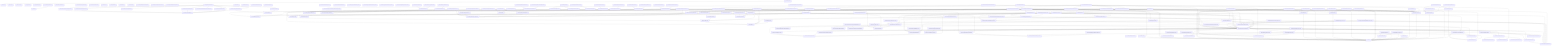
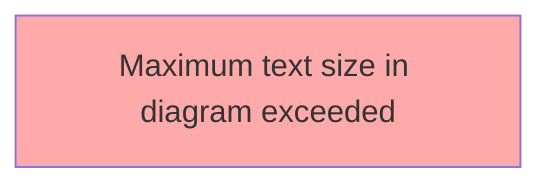
graph TD
  package__ankhorage_studio["@ankhorage/studio"]
  entrypoint_src_index_ts["src/index.ts"]
  package__ankhorage_studio --> entrypoint_src_index_ts
  module_knip_config_ts["knip.config.ts"]
  package__ankhorage_studio -.-> module_knip_config_ts
  module_paradox_config_ts["paradox.config.ts"]
  package__ankhorage_studio -.-> module_paradox_config_ts
  module_src_ankhAdmin_public_test_ts["src/ankhAdmin.public.test.ts"]
  package__ankhorage_studio -.-> module_src_ankhAdmin_public_test_ts
  module_src_ankhAdmin_public_test_ts --> module_src_root_ts
  module_src_app_index_ts["src/app/index.ts"]
  package__ankhorage_studio -.-> module_src_app_index_ts
  module_src_app_StudioApp_tsx["src/app/StudioApp.tsx"]
  package__ankhorage_studio -.-> module_src_app_StudioApp_tsx
  module_src_app_StudioDashboard_tsx["src/app/StudioDashboard.tsx"]
  package__ankhorage_studio -.-> module_src_app_StudioDashboard_tsx
  module_src_app_StudioDashboard_tsx --> module_src_hooks_useProjects_ts
  module_src_app_StudioDashboard_tsx --> module_src_hooks_useTemplateSummaries_ts
  module_src_app_StudioDashboard_tsx --> module_src_modules_dashboard_platform_ts
  module_src_app_StudioDashboard_tsx --> module_src_modules_dashboard_search_ts
  module_src_app_StudioDashboard_tsx --> module_src_modules_dashboard_templates_ts
  module_src_app_StudioDashboard_tsx --> module_src_modules_dashboard_types_ts
  module_src_app_StudioDashboard_tsx --> module_src_modules_dashboard_ui_DashboardSectionHeader_tsx
  module_src_app_StudioDashboard_tsx --> module_src_modules_dashboard_ui_ProjectCard_tsx
  module_src_app_StudioDashboard_tsx --> module_src_modules_dashboard_ui_TemplateCard_tsx
  module_src_authFlowContract_test_ts["src/authFlowContract.test.ts"]
  package__ankhorage_studio -.-> module_src_authFlowContract_test_ts
  module_src_authSettings_test_ts["src/authSettings.test.ts"]
  package__ankhorage_studio -.-> module_src_authSettings_test_ts
  module_src_authSettings_test_ts --> module_src_authSettings_ts
  module_src_authSettings_ts["src/authSettings.ts"]
  package__ankhorage_studio -.-> module_src_authSettings_ts
  module_src_canvasDragModel_public_test_ts["src/canvasDragModel.public.test.ts"]
  package__ankhorage_studio -.-> module_src_canvasDragModel_public_test_ts
  module_src_canvasDragModel_public_test_ts --> module_src_canvasDragModel_ts
  module_src_canvasDragModel_public_test_ts --> module_src_canvasDropZones_ts
  module_src_canvasDragModel_test_ts["src/canvasDragModel.test.ts"]
  package__ankhorage_studio -.-> module_src_canvasDragModel_test_ts
  module_src_canvasDragModel_test_ts --> module_src_canvasDragModel_ts
  module_src_canvasDragModel_test_ts --> module_src_canvasDropZones_ts
  module_src_canvasDragModel_ts["src/canvasDragModel.ts"]
  package__ankhorage_studio -.-> module_src_canvasDragModel_ts
  module_src_canvasDragModel_ts --> module_src_canvasDropZones_ts
  module_src_canvasDragModel_ts --> module_src_index_ts
  module_src_canvasDropZones_test_ts["src/canvasDropZones.test.ts"]
  package__ankhorage_studio -.-> module_src_canvasDropZones_test_ts
  module_src_canvasDropZones_test_ts --> module_src_canvasDropZones_ts
  module_src_canvasDropZones_test_ts --> module_src_index_ts
  module_src_canvasDropZones_ts["src/canvasDropZones.ts"]
  package__ankhorage_studio -.-> module_src_canvasDropZones_ts
  module_src_canvasDropZones_ts --> module_src_index_ts
  module_src_cli_index_ts["src/cli/index.ts"]
  package__ankhorage_studio -.-> module_src_cli_index_ts
  module_src_cli_index_ts --> module_src_host_createStudioHost_ts
  module_src_cli_index_ts --> module_src_host_http_server_ts
  module_src_cli_index_ts --> module_src_host_templateRegistry_index_ts
  module_src_cli_index_ts --> module_src_host_utils_workspaceRoot_ts
  module_src_core_constants_ts["src/core/constants.ts"]
  package__ankhorage_studio -.-> module_src_core_constants_ts
  module_src_core_StudioContext_ts["src/core/StudioContext.ts"]
  package__ankhorage_studio -.-> module_src_core_StudioContext_ts
  module_src_core_StudioContext_ts --> module_src_index_ts
  module_src_core_studioPackageBoundary_ts["src/core/studioPackageBoundary.ts"]
  package__ankhorage_studio -.-> module_src_core_studioPackageBoundary_ts
  module_src_core_StudioProvider_test_ts["src/core/StudioProvider.test.ts"]
  package__ankhorage_studio -.-> module_src_core_StudioProvider_test_ts
  module_src_core_StudioProvider_ts["src/core/StudioProvider.ts"]
  package__ankhorage_studio -.-> module_src_core_StudioProvider_ts
+   module_src_core_StudioProvider_ts --> module_src_authSettings_ts
  module_src_core_StudioProvider_ts --> module_src_core_constants_ts
  module_src_core_StudioProvider_ts --> module_src_core_StudioContext_ts
  module_src_core_StudioProvider_ts --> module_src_index_ts
  module_src_core_StudioProvider_ts --> module_src_manifestState_ts
  module_src_core_StudioProvider_ts --> module_src_manifestSync_ts
  module_src_dnd_index_ts["src/dnd/index.ts"]
  package__ankhorage_studio -.-> module_src_dnd_index_ts
  module_src_dnd_primitives_ts["src/dnd/primitives.ts"]
  package__ankhorage_studio -.-> module_src_dnd_primitives_ts
  module_src_dnd_state_ts["src/dnd/state.ts"]
  package__ankhorage_studio -.-> module_src_dnd_state_ts
  module_src_hooks_useProjects_ts["src/hooks/useProjects.ts"]
  package__ankhorage_studio -.-> module_src_hooks_useProjects_ts
  module_src_hooks_useProjects_ts --> module_src_core_constants_ts
  module_src_hooks_useTemplateSummaries_ts["src/hooks/useTemplateSummaries.ts"]
  package__ankhorage_studio -.-> module_src_hooks_useTemplateSummaries_ts
  module_src_hooks_useTemplateSummaries_ts --> module_src_core_constants_ts
  module_src_hooks_useTemplateSummaries_ts --> module_src_modules_dashboard_types_ts
  module_src_host_auth_projectAuthHealthService_ts["src/host/auth/projectAuthHealthService.ts"]
  package__ankhorage_studio -.-> module_src_host_auth_projectAuthHealthService_ts
  module_src_host_auth_projectAuthHealthService_ts --> module_src_host_orchestrator_projectManager_ts
  module_src_host_auth_projectAuthHealthService_ts --> module_src_host_secrets_projectSecretService_ts
  module_src_host_auth_projectAuthHealthService_ts --> module_src_projectAuthHealth_ts
  module_src_host_auth_projectAuthService_test_ts["src/host/auth/projectAuthService.test.ts"]
  package__ankhorage_studio -.-> module_src_host_auth_projectAuthService_test_ts
  module_src_host_auth_projectAuthService_test_ts --> module_src_host_auth_projectAuthService_ts
  module_src_host_auth_projectAuthService_ts["src/host/auth/projectAuthService.ts"]
  package__ankhorage_studio -.-> module_src_host_auth_projectAuthService_ts
  module_src_host_auth_projectAuthService_ts --> module_src_authSettings_ts
  module_src_host_auth_projectAuthService_ts --> module_src_host_orchestrator_projectManager_ts
  module_src_host_createStudioHost_ts["src/host/createStudioHost.ts"]
  package__ankhorage_studio -.-> module_src_host_createStudioHost_ts
  module_src_host_createStudioHost_ts --> module_src_host_orchestrator_infraRuntime_ts
  module_src_host_createStudioHost_ts --> module_src_host_orchestrator_moduleManager_ts
  module_src_host_createStudioHost_ts --> module_src_host_orchestrator_projectManager_ts
  module_src_host_generatedAuthAdapterRuntime_smoke_test_ts["src/host/generatedAuthAdapterRuntime.smoke.test.ts"]
  package__ankhorage_studio -.-> module_src_host_generatedAuthAdapterRuntime_smoke_test_ts
  module_src_host_generatedAuthAdapterRuntime_smoke_test_ts --> module_src_host_orchestrator_moduleManager_ts
  module_src_host_generatedAuthAdapterRuntime_smoke_test_ts --> module_src_host_orchestrator_projectManager_ts
  module_src_host_generatedAuthAdapterRuntime_smoke_test_ts --> module_src_host_templateRegistry_index_ts
  module_src_host_hostLifecycle_smoke_test_ts["src/host/hostLifecycle.smoke.test.ts"]
  package__ankhorage_studio -.-> module_src_host_hostLifecycle_smoke_test_ts
  module_src_host_hostLifecycle_smoke_test_ts --> module_src_host_orchestrator_moduleManager_ts
  module_src_host_hostLifecycle_smoke_test_ts --> module_src_host_orchestrator_projectManager_ts
  module_src_host_hostLifecycle_smoke_test_ts --> module_src_host_templateRegistry_index_ts
  module_src_host_hostOwnership_test_ts["src/host/hostOwnership.test.ts"]
  package__ankhorage_studio -.-> module_src_host_hostOwnership_test_ts
  module_src_host_hostOwnership_test_ts --> module_src_host_http_security_ts
  module_src_host_hostOwnership_test_ts --> module_src_host_orchestrator_projectPaths_ts
  module_src_host_hostOwnership_test_ts --> module_src_host_utils_workspaceRoot_ts
  module_src_host_http_authRoutes_ts["src/host/http/authRoutes.ts"]
  package__ankhorage_studio -.-> module_src_host_http_authRoutes_ts
  module_src_host_http_authRoutes_ts --> module_src_host_auth_projectAuthHealthService_ts
  module_src_host_http_authRoutes_ts --> module_src_host_auth_projectAuthService_ts
  module_src_host_http_authRoutes_ts --> module_src_host_orchestrator_projectManager_ts
  module_src_host_http_authRoutes_ts --> module_src_host_secrets_projectSecretService_ts
  module_src_host_http_secretRoutes_ts["src/host/http/secretRoutes.ts"]
  package__ankhorage_studio -.-> module_src_host_http_secretRoutes_ts
  module_src_host_http_secretRoutes_ts --> module_src_host_orchestrator_projectManager_ts
  module_src_host_http_secretRoutes_ts --> module_src_host_secrets_projectSecretService_ts
  module_src_host_http_security_ts["src/host/http/security.ts"]
  package__ankhorage_studio -.-> module_src_host_http_security_ts
  module_src_host_http_server_ts["src/host/http/server.ts"]
  package__ankhorage_studio -.-> module_src_host_http_server_ts
  module_src_host_http_server_ts --> module_src_host_http_security_ts
  module_src_host_http_server_ts --> module_src_host_orchestrator_infraRuntime_ts
  module_src_host_http_server_ts --> module_src_host_orchestrator_moduleManager_ts
  module_src_host_http_server_ts --> module_src_host_orchestrator_projectManager_ts
  module_src_host_http_server_ts --> module_src_host_orchestrator_resolveMutations_ts
  module_src_host_http_server_ts --> module_src_host_orchestrator_studioInfraUp_ts
  module_src_host_http_server_ts --> module_src_host_templateRegistry_index_ts
  module_src_host_http_server_ts --> module_src_host_utils_trimOutput_ts
  module_src_host_http_server_ts --> module_src_host_utils_workspaceRoot_ts
  module_src_host_http_serverWithSecrets_ts["src/host/http/serverWithSecrets.ts"]
  package__ankhorage_studio -.-> module_src_host_http_serverWithSecrets_ts
  module_src_host_http_serverWithSecrets_ts --> module_src_host_http_authRoutes_ts
  module_src_host_http_serverWithSecrets_ts --> module_src_host_http_secretRoutes_ts
  module_src_host_http_serverWithSecrets_ts --> module_src_host_http_server_ts
  module_src_host_http_serverWithSecrets_ts --> module_src_host_orchestrator_moduleManager_ts
  module_src_host_http_serverWithSecrets_ts --> module_src_host_orchestrator_projectManager_ts
  module_src_host_http_serverWithSecrets_ts --> module_src_host_utils_workspaceRoot_ts
  module_src_host_http_standalone_ts["src/host/http/standalone.ts"]
  package__ankhorage_studio -.-> module_src_host_http_standalone_ts
  module_src_host_http_standalone_ts --> module_src_host_http_serverWithSecrets_ts
  module_src_host_index_ts["src/host/index.ts"]
  package__ankhorage_studio -.-> module_src_host_index_ts
  module_src_host_layout_auth_resolveAuthLayoutPlan_test_ts["src/host/layout/auth/resolveAuthLayoutPlan.test.ts"]
  package__ankhorage_studio -.-> module_src_host_layout_auth_resolveAuthLayoutPlan_test_ts
  module_src_host_layout_auth_resolveAuthLayoutPlan_test_ts --> module_src_host_layout_auth_resolveAuthLayoutPlan_ts
  module_src_host_layout_auth_resolveAuthLayoutPlan_ts["src/host/layout/auth/resolveAuthLayoutPlan.ts"]
  package__ankhorage_studio -.-> module_src_host_layout_auth_resolveAuthLayoutPlan_ts
  module_src_host_layout_layoutGenerator_test_ts["src/host/layout/layoutGenerator.test.ts"]
  package__ankhorage_studio -.-> module_src_host_layout_layoutGenerator_test_ts
  module_src_host_layout_layoutGenerator_test_ts --> module_src_host_layout_layoutGenerator_ts
  module_src_host_layout_layoutGenerator_ts["src/host/layout/layoutGenerator.ts"]
  package__ankhorage_studio -.-> module_src_host_layout_layoutGenerator_ts
  module_src_host_layout_layoutGenerator_ts --> module_src_host_layout_auth_resolveAuthLayoutPlan_ts
  module_src_host_layout_layoutGenerator_ts --> module_src_host_layout_templates_index_ts
  module_src_host_layout_layoutGenerator_ts --> module_src_host_modules_layout_ts
  module_src_host_layout_layoutGenerator_ts --> module_src_index_ts
  module_src_host_layout_layoutGenerator_ts --> module_src_studioAdminRouteModel_ts
  module_src_host_layout_templates_auth_adapter_ts["src/host/layout/templates/auth/adapter.ts"]
  package__ankhorage_studio -.-> module_src_host_layout_templates_auth_adapter_ts
  module_src_host_layout_templates_auth_callback_ts["src/host/layout/templates/auth/callback.ts"]
  package__ankhorage_studio -.-> module_src_host_layout_templates_auth_callback_ts
  module_src_host_layout_templates_auth_callback_ts --> module_src_host_layout_templates_utils_routes_ts
  module_src_host_layout_templates_auth_callback_ts --> module_src_host_layout_utils_escapeStringLiteral_ts
  module_src_host_layout_templates_auth_oauth_ts["src/host/layout/templates/auth/oauth.ts"]
  package__ankhorage_studio -.-> module_src_host_layout_templates_auth_oauth_ts
  module_src_host_layout_templates_auth_oauth_ts --> module_src_host_layout_auth_resolveAuthLayoutPlan_ts
  module_src_host_layout_templates_auth_oauth_ts --> module_src_host_layout_utils_escapeStringLiteral_ts
  module_src_host_layout_templates_auth_screen_ts["src/host/layout/templates/auth/screen.ts"]
  package__ankhorage_studio -.-> module_src_host_layout_templates_auth_screen_ts
  module_src_host_layout_templates_auth_screen_ts --> module_src_host_layout_auth_resolveAuthLayoutPlan_ts
  module_src_host_layout_templates_auth_screen_ts --> module_src_host_layout_templates_utils_routes_ts
  module_src_host_layout_templates_auth_screen_ts --> module_src_host_layout_templates_utils_strings_ts
  module_src_host_layout_templates_auth_screen_ts --> module_src_host_layout_utils_escapeStringLiteral_ts
  module_src_host_layout_templates_auth_session_ts["src/host/layout/templates/auth/session.ts"]
  package__ankhorage_studio -.-> module_src_host_layout_templates_auth_session_ts
  module_src_host_layout_templates_auth_signOut_ts["src/host/layout/templates/auth/signOut.ts"]
  package__ankhorage_studio -.-> module_src_host_layout_templates_auth_signOut_ts
  module_src_host_layout_templates_index_ts["src/host/layout/templates/index.ts"]
  package__ankhorage_studio -.-> module_src_host_layout_templates_index_ts
  module_src_host_layout_templates_navigation_ts["src/host/layout/templates/navigation.ts"]
  package__ankhorage_studio -.-> module_src_host_layout_templates_navigation_ts
  module_src_host_layout_templates_navigation_ts --> module_src_host_layout_utils_escapeStringLiteral_ts
  module_src_host_layout_templates_nestedLayout_ts["src/host/layout/templates/nestedLayout.ts"]
  package__ankhorage_studio -.-> module_src_host_layout_templates_nestedLayout_ts
  module_src_host_layout_templates_nestedLayout_ts --> module_src_host_layout_templates_navigation_ts
  module_src_host_layout_templates_nestedLayout_ts --> module_src_host_layout_templates_utils_strings_ts
  module_src_host_layout_templates_redirect_ts["src/host/layout/templates/redirect.ts"]
  package__ankhorage_studio -.-> module_src_host_layout_templates_redirect_ts
  module_src_host_layout_templates_redirect_ts --> module_src_host_layout_utils_escapeStringLiteral_ts
  module_src_host_layout_templates_rootLayout_test_ts["src/host/layout/templates/rootLayout.test.ts"]
  package__ankhorage_studio -.-> module_src_host_layout_templates_rootLayout_test_ts
  module_src_host_layout_templates_rootLayout_test_ts --> module_src_host_layout_templates_rootLayout_ts
  module_src_host_layout_templates_rootLayout_ts["src/host/layout/templates/rootLayout.ts"]
  package__ankhorage_studio -.-> module_src_host_layout_templates_rootLayout_ts
  module_src_host_layout_templates_rootLayout_ts --> module_src_host_layout_templates_navigation_ts
  module_src_host_layout_templates_rootLayout_ts --> module_src_host_layout_templates_utils_routes_ts
  module_src_host_layout_templates_rootLayout_ts --> module_src_host_layout_utils_escapeStringLiteral_ts
  module_src_host_layout_templates_rootLayout_ts --> module_src_host_modules_layout_ts
  module_src_host_layout_templates_screen_ts["src/host/layout/templates/screen.ts"]
  package__ankhorage_studio -.-> module_src_host_layout_templates_screen_ts
  module_src_host_layout_templates_screen_ts --> module_src_host_layout_templates_utils_strings_ts
  module_src_host_layout_templates_screen_ts --> module_src_host_layout_utils_escapeStringLiteral_ts
  module_src_host_layout_templates_utils_routes_ts["src/host/layout/templates/utils/routes.ts"]
  package__ankhorage_studio -.-> module_src_host_layout_templates_utils_routes_ts
  module_src_host_layout_templates_utils_strings_ts["src/host/layout/templates/utils/strings.ts"]
  package__ankhorage_studio -.-> module_src_host_layout_templates_utils_strings_ts
  module_src_host_layout_utils_escapeStringLiteral_ts["src/host/layout/utils/escapeStringLiteral.ts"]
  package__ankhorage_studio -.-> module_src_host_layout_utils_escapeStringLiteral_ts
  module_src_host_manifestSystem_auth_index_ts["src/host/manifestSystem/auth/index.ts"]
  package__ankhorage_studio -.-> module_src_host_manifestSystem_auth_index_ts
  module_src_host_manifestSystem_auth_shared_global_auth_system_tpl_ts["src/host/manifestSystem/auth/shared/global.auth.system.tpl.ts"]
  package__ankhorage_studio -.-> module_src_host_manifestSystem_auth_shared_global_auth_system_tpl_ts
  module_src_host_manifestSystem_auth_shared_index_ts["src/host/manifestSystem/auth/shared/index.ts"]
  package__ankhorage_studio -.-> module_src_host_manifestSystem_auth_shared_index_ts
  module_src_host_manifestSystem_auth_shared_index_ts --> module_src_host_manifestSystem_auth_shared_global_auth_system_tpl_ts
  module_src_host_manifestSystem_auth_shared_index_ts --> module_src_host_manifestSystem_types_ts
  module_src_host_manifestSystem_index_ts["src/host/manifestSystem/index.ts"]
  package__ankhorage_studio -.-> module_src_host_manifestSystem_index_ts
  module_src_host_manifestSystem_index_ts --> module_src_host_manifestSystem_auth_index_ts
  module_src_host_manifestSystem_index_ts --> module_src_host_manifestSystem_types_ts
  module_src_host_manifestSystem_index_ts --> module_src_host_utils_requirementsInference_ts
  module_src_host_manifestSystem_types_ts["src/host/manifestSystem/types.ts"]
  package__ankhorage_studio -.-> module_src_host_manifestSystem_types_ts
  module_src_host_modules_catalog_ts["src/host/modules/catalog.ts"]
  package__ankhorage_studio -.-> module_src_host_modules_catalog_ts
  module_src_host_modules_catalog_ts --> module_src_host_modules_layout_ts
  module_src_host_modules_layout_ts["src/host/modules/layout.ts"]
  package__ankhorage_studio -.-> module_src_host_modules_layout_ts
  module_src_host_modules_runtime_LocalFsTargetAdapter_ts["src/host/modules/runtime/LocalFsTargetAdapter.ts"]
  package__ankhorage_studio -.-> module_src_host_modules_runtime_LocalFsTargetAdapter_ts
  module_src_host_oauthFixtureConsumer_smoke_test_ts["src/host/oauthFixtureConsumer.smoke.test.ts"]
  package__ankhorage_studio -.-> module_src_host_oauthFixtureConsumer_smoke_test_ts
  module_src_host_oauthFixtureConsumer_smoke_test_ts --> module_src_host_orchestrator_moduleManager_ts
  module_src_host_oauthFixtureConsumer_smoke_test_ts --> module_src_host_orchestrator_projectManager_ts
  module_src_host_oauthFixtureConsumer_smoke_test_ts --> module_src_host_templateRegistry_index_ts
  module_src_host_orchestrator_generatedAppFiles_ts["src/host/orchestrator/generatedAppFiles.ts"]
  package__ankhorage_studio -.-> module_src_host_orchestrator_generatedAppFiles_ts
  module_src_host_orchestrator_generatedAppFiles_ts --> module_src_host_zoraExtensions_index_ts
  module_src_host_orchestrator_generatedRouteCleanup_ts["src/host/orchestrator/generatedRouteCleanup.ts"]
  package__ankhorage_studio -.-> module_src_host_orchestrator_generatedRouteCleanup_ts
  module_src_host_orchestrator_infraGenerator_ts["src/host/orchestrator/infraGenerator.ts"]
  package__ankhorage_studio -.-> module_src_host_orchestrator_infraGenerator_ts
  module_src_host_orchestrator_infraGenerator_ts --> module_src_host_orchestrator_infraValidation_ts
  module_src_host_orchestrator_infraRuntime_test_ts["src/host/orchestrator/infraRuntime.test.ts"]
  package__ankhorage_studio -.-> module_src_host_orchestrator_infraRuntime_test_ts
  module_src_host_orchestrator_infraRuntime_test_ts --> module_src_host_orchestrator_infraRuntime_ts
  module_src_host_orchestrator_infraRuntime_ts["src/host/orchestrator/infraRuntime.ts"]
  package__ankhorage_studio -.-> module_src_host_orchestrator_infraRuntime_ts
  module_src_host_orchestrator_infraRuntime_ts --> module_src_host_orchestrator_projectPaths_ts
  module_src_host_orchestrator_infraValidation_ts["src/host/orchestrator/infraValidation.ts"]
  package__ankhorage_studio -.-> module_src_host_orchestrator_infraValidation_ts
  module_src_host_orchestrator_moduleManager_ts["src/host/orchestrator/moduleManager.ts"]
  package__ankhorage_studio -.-> module_src_host_orchestrator_moduleManager_ts
  module_src_host_orchestrator_moduleManager_ts --> module_src_host_modules_catalog_ts
  module_src_host_orchestrator_moduleManager_ts --> module_src_host_modules_runtime_LocalFsTargetAdapter_ts
  module_src_host_orchestrator_moduleManager_ts --> module_src_host_orchestrator_projectManager_ts
  module_src_host_orchestrator_moduleManager_ts --> module_src_host_orchestrator_resolveMutations_ts
  module_src_host_orchestrator_projectDeletion_test_ts["src/host/orchestrator/projectDeletion.test.ts"]
  package__ankhorage_studio -.-> module_src_host_orchestrator_projectDeletion_test_ts
  module_src_host_orchestrator_projectDeletion_test_ts --> module_src_host_orchestrator_projectDeletion_ts
  module_src_host_orchestrator_projectDeletion_ts["src/host/orchestrator/projectDeletion.ts"]
  package__ankhorage_studio -.-> module_src_host_orchestrator_projectDeletion_ts
  module_src_host_orchestrator_projectManager_ts["src/host/orchestrator/projectManager.ts"]
  package__ankhorage_studio -.-> module_src_host_orchestrator_projectManager_ts
  module_src_host_orchestrator_projectManager_ts --> module_src_host_layout_layoutGenerator_ts
  module_src_host_orchestrator_projectManager_ts --> module_src_host_manifestSystem_index_ts
  module_src_host_orchestrator_projectManager_ts --> module_src_host_modules_layout_ts
  module_src_host_orchestrator_projectManager_ts --> module_src_host_orchestrator_generatedRouteCleanup_ts
  module_src_host_orchestrator_projectManager_ts --> module_src_host_orchestrator_infraGenerator_ts
  module_src_host_orchestrator_projectManager_ts --> module_src_host_orchestrator_infraRuntime_ts
  module_src_host_orchestrator_projectManager_ts --> module_src_host_orchestrator_projectDeletion_ts
  module_src_host_orchestrator_projectManager_ts --> module_src_host_orchestrator_projectPaths_ts
  module_src_host_orchestrator_projectManager_ts --> module_src_host_orchestrator_projectStore_ts
  module_src_host_orchestrator_projectManager_ts --> module_src_host_orchestrator_resolveMutations_ts
  module_src_host_orchestrator_projectManager_ts --> module_src_host_orchestrator_scaffolder_ts
  module_src_host_orchestrator_projectManager_ts --> module_src_host_orchestrator_templates_ts
  module_src_host_orchestrator_projectManager_ts --> module_src_host_orchestrator_workspaceRuntime_ts
  module_src_host_orchestrator_projectManager_ts --> module_src_host_templateRegistry_index_ts
  module_src_host_orchestrator_projectManager_ts --> module_src_host_zoraExtensions_index_ts
  module_src_host_orchestrator_projectManagerDeletion_test_ts["src/host/orchestrator/projectManagerDeletion.test.ts"]
  package__ankhorage_studio -.-> module_src_host_orchestrator_projectManagerDeletion_test_ts
  module_src_host_orchestrator_projectManagerDeletion_test_ts --> module_src_host_orchestrator_projectManager_ts
  module_src_host_orchestrator_projectPaths_ts["src/host/orchestrator/projectPaths.ts"]
  package__ankhorage_studio -.-> module_src_host_orchestrator_projectPaths_ts
  module_src_host_orchestrator_projectStore_ts["src/host/orchestrator/projectStore.ts"]
  package__ankhorage_studio -.-> module_src_host_orchestrator_projectStore_ts
  module_src_host_orchestrator_projectStore_ts --> module_src_host_orchestrator_projectPaths_ts
  module_src_host_orchestrator_resolveMutations_ts["src/host/orchestrator/resolveMutations.ts"]
  package__ankhorage_studio -.-> module_src_host_orchestrator_resolveMutations_ts
  module_src_host_orchestrator_resolveMutations_ts --> module_src_host_modules_catalog_ts
  module_src_host_orchestrator_resolveMutations_ts --> module_src_host_modules_layout_ts
  module_src_host_orchestrator_scaffolder_ts["src/host/orchestrator/scaffolder.ts"]
  package__ankhorage_studio -.-> module_src_host_orchestrator_scaffolder_ts
  module_src_host_orchestrator_scaffolder_ts --> module_src_host_manifestSystem_index_ts
  module_src_host_orchestrator_scaffolder_ts --> module_src_host_orchestrator_generatedAppFiles_ts
  module_src_host_orchestrator_scaffolder_ts --> module_src_host_orchestrator_templates_ts
  module_src_host_orchestrator_scaffolder_ts --> module_src_host_templateRegistry_index_ts
  module_src_host_orchestrator_scaffolder_ts --> module_src_host_zoraExtensions_index_ts
  module_src_host_orchestrator_studioInfraUp_ts["src/host/orchestrator/studioInfraUp.ts"]
  package__ankhorage_studio -.-> module_src_host_orchestrator_studioInfraUp_ts
  module_src_host_orchestrator_studioInfraUp_ts --> module_src_host_orchestrator_infraRuntime_ts
  module_src_host_orchestrator_studioInfraUp_ts --> module_src_host_orchestrator_projectManager_ts
  module_src_host_orchestrator_studioInfraUp_ts --> module_src_host_secrets_trustedOAuthInfraEnvironment_ts
  module_src_host_orchestrator_templates_test_ts["src/host/orchestrator/templates.test.ts"]
  package__ankhorage_studio -.-> module_src_host_orchestrator_templates_test_ts
  module_src_host_orchestrator_templates_test_ts --> module_src_host_orchestrator_templates_ts
  module_src_host_orchestrator_templates_ts["src/host/orchestrator/templates.ts"]
  package__ankhorage_studio -.-> module_src_host_orchestrator_templates_ts
  module_src_host_orchestrator_workspaceRuntime_ts["src/host/orchestrator/workspaceRuntime.ts"]
  package__ankhorage_studio -.-> module_src_host_orchestrator_workspaceRuntime_ts
  module_src_host_secrets_bunSupabaseVaultClient_ts["src/host/secrets/bunSupabaseVaultClient.ts"]
  package__ankhorage_studio -.-> module_src_host_secrets_bunSupabaseVaultClient_ts
  module_src_host_secrets_projectSecretService_test_ts["src/host/secrets/projectSecretService.test.ts"]
  package__ankhorage_studio -.-> module_src_host_secrets_projectSecretService_test_ts
+   module_src_host_secrets_projectSecretService_test_ts --> module_src_authSettings_ts
  module_src_host_secrets_projectSecretService_test_ts --> module_src_host_secrets_projectSecretService_ts
  module_src_host_secrets_projectSecretService_ts["src/host/secrets/projectSecretService.ts"]
  package__ankhorage_studio -.-> module_src_host_secrets_projectSecretService_ts
  module_src_host_secrets_projectSecretService_ts --> module_src_host_orchestrator_projectManager_ts
  module_src_host_secrets_projectSecretService_ts --> module_src_host_orchestrator_projectPaths_ts
  module_src_host_secrets_projectSecretService_ts --> module_src_host_secrets_bunSupabaseVaultClient_ts
  module_src_host_secrets_projectSecretService_ts --> module_src_host_secrets_resolveProjectSecretDatabaseUrl_ts
  module_src_host_secrets_projectSecretService_ts --> module_src_projectSecretUsage_ts
  module_src_host_secrets_resolveProjectSecretDatabaseUrl_test_ts["src/host/secrets/resolveProjectSecretDatabaseUrl.test.ts"]
  package__ankhorage_studio -.-> module_src_host_secrets_resolveProjectSecretDatabaseUrl_test_ts
  module_src_host_secrets_resolveProjectSecretDatabaseUrl_test_ts --> module_src_host_secrets_resolveProjectSecretDatabaseUrl_ts
  module_src_host_secrets_resolveProjectSecretDatabaseUrl_ts["src/host/secrets/resolveProjectSecretDatabaseUrl.ts"]
  package__ankhorage_studio -.-> module_src_host_secrets_resolveProjectSecretDatabaseUrl_ts
  module_src_host_secrets_trustedOAuthInfraEnvironment_test_ts["src/host/secrets/trustedOAuthInfraEnvironment.test.ts"]
  package__ankhorage_studio -.-> module_src_host_secrets_trustedOAuthInfraEnvironment_test_ts
  module_src_host_secrets_trustedOAuthInfraEnvironment_test_ts --> module_src_host_secrets_trustedOAuthInfraEnvironment_ts
  module_src_host_secrets_trustedOAuthInfraEnvironment_ts["src/host/secrets/trustedOAuthInfraEnvironment.ts"]
  package__ankhorage_studio -.-> module_src_host_secrets_trustedOAuthInfraEnvironment_ts
  module_src_host_secrets_trustedOAuthInfraEnvironment_ts --> module_src_host_orchestrator_projectManager_ts
  module_src_host_secrets_trustedOAuthInfraEnvironment_ts --> module_src_host_secrets_projectSecretService_ts
  module_src_host_studioInfra_e2e_test_ts["src/host/studioInfra.e2e.test.ts"]
  package__ankhorage_studio -.-> module_src_host_studioInfra_e2e_test_ts
  module_src_host_studioInfra_e2e_test_ts --> module_src_host_orchestrator_infraRuntime_ts
  module_src_host_studioInfra_e2e_test_ts --> module_src_host_orchestrator_projectManager_ts
  module_src_host_studioInfra_e2e_test_ts --> module_src_host_orchestrator_studioInfraUp_ts
  module_src_host_studioInfra_e2e_test_ts --> module_src_host_secrets_trustedOAuthInfraEnvironment_ts
  module_src_host_templateRegistry_index_ts["src/host/templateRegistry/index.ts"]
  package__ankhorage_studio -.-> module_src_host_templateRegistry_index_ts
  module_src_host_utils_requirementsInference_ts["src/host/utils/requirementsInference.ts"]
  package__ankhorage_studio -.-> module_src_host_utils_requirementsInference_ts
  module_src_host_utils_trimOutput_ts["src/host/utils/trimOutput.ts"]
  package__ankhorage_studio -.-> module_src_host_utils_trimOutput_ts
  module_src_host_utils_workspaceRoot_ts["src/host/utils/workspaceRoot.ts"]
  package__ankhorage_studio -.-> module_src_host_utils_workspaceRoot_ts
  module_src_host_zoraExtensions_index_ts["src/host/zoraExtensions/index.ts"]
  package__ankhorage_studio -.-> module_src_host_zoraExtensions_index_ts
  module_src_host_zoraExtensions_index_ts --> module_src_host_templateRegistry_index_ts
  module_src_index_test_ts["src/index.test.ts"]
  package__ankhorage_studio -.-> module_src_index_test_ts
  module_src_index_test_ts --> module_src_index_ts
  module_src_index_ts["src/index.ts"]
+   module_src_index_ts --> module_src_authSettings_ts
  module_src_insertModalModel_public_test_ts["src/insertModalModel.public.test.ts"]
  package__ankhorage_studio -.-> module_src_insertModalModel_public_test_ts
  module_src_insertModalModel_public_test_ts --> module_src_index_ts
  module_src_insertModalModel_public_test_ts --> module_src_insertModalModel_ts
  module_src_insertModalModel_test_ts["src/insertModalModel.test.ts"]
  package__ankhorage_studio -.-> module_src_insertModalModel_test_ts
  module_src_insertModalModel_test_ts --> module_src_index_ts
  module_src_insertModalModel_test_ts --> module_src_insertModalModel_ts
  module_src_insertModalModel_ts["src/insertModalModel.ts"]
  package__ankhorage_studio -.-> module_src_insertModalModel_ts
  module_src_insertModalModel_ts --> module_src_index_ts
  module_src_localizationConfig_public_test_ts["src/localizationConfig.public.test.ts"]
  package__ankhorage_studio -.-> module_src_localizationConfig_public_test_ts
  module_src_localizationConfig_public_test_ts --> module_src_localizationConfig_ts
  module_src_localizationConfig_test_ts["src/localizationConfig.test.ts"]
  package__ankhorage_studio -.-> module_src_localizationConfig_test_ts
  module_src_localizationConfig_test_ts --> module_src_localizationConfig_ts
  module_src_localizationConfig_ts["src/localizationConfig.ts"]
  package__ankhorage_studio -.-> module_src_localizationConfig_ts
  module_src_localizationPanelModel_test_ts["src/localizationPanelModel.test.ts"]
  package__ankhorage_studio -.-> module_src_localizationPanelModel_test_ts
  module_src_localizationPanelModel_test_ts --> module_src_localizationPanelModel_ts
  module_src_localizationPanelModel_ts["src/localizationPanelModel.ts"]
  package__ankhorage_studio -.-> module_src_localizationPanelModel_ts
  module_src_manifestNavigatorPreviewModel_public_test_ts["src/manifestNavigatorPreviewModel.public.test.ts"]
  package__ankhorage_studio -.-> module_src_manifestNavigatorPreviewModel_public_test_ts
  module_src_manifestNavigatorPreviewModel_public_test_ts --> module_src_manifestNavigatorPreviewModel_ts
  module_src_manifestNavigatorPreviewModel_test_ts["src/manifestNavigatorPreviewModel.test.ts"]
  package__ankhorage_studio -.-> module_src_manifestNavigatorPreviewModel_test_ts
  module_src_manifestNavigatorPreviewModel_test_ts --> module_src_manifestNavigatorPreviewModel_ts
  module_src_manifestNavigatorPreviewModel_ts["src/manifestNavigatorPreviewModel.ts"]
  package__ankhorage_studio -.-> module_src_manifestNavigatorPreviewModel_ts
  module_src_manifestNavigatorPreviewModel_ts --> module_src_routeUtils_ts
  module_src_manifestState_public_test_ts["src/manifestState.public.test.ts"]
  package__ankhorage_studio -.-> module_src_manifestState_public_test_ts
  module_src_manifestState_public_test_ts --> module_src_index_ts
  module_src_manifestState_public_test_ts --> module_src_manifestState_ts
  module_src_manifestState_routes_test_ts["src/manifestState.routes.test.ts"]
  package__ankhorage_studio -.-> module_src_manifestState_routes_test_ts
  module_src_manifestState_routes_test_ts --> module_src_index_ts
  module_src_manifestState_routes_test_ts --> module_src_manifestState_ts
  module_src_manifestState_test_ts["src/manifestState.test.ts"]
  package__ankhorage_studio -.-> module_src_manifestState_test_ts
  module_src_manifestState_test_ts --> module_src_index_ts
  module_src_manifestState_test_ts --> module_src_manifestState_ts
  module_src_manifestState_ts["src/manifestState.ts"]
  package__ankhorage_studio -.-> module_src_manifestState_ts
  module_src_manifestState_ts --> module_src_index_ts
  module_src_manifestSync_test_ts["src/manifestSync.test.ts"]
  package__ankhorage_studio -.-> module_src_manifestSync_test_ts
  module_src_manifestSync_test_ts --> module_src_index_ts
  module_src_manifestSync_test_ts --> module_src_manifestSync_ts
  module_src_manifestSync_ts["src/manifestSync.ts"]
  package__ankhorage_studio -.-> module_src_manifestSync_ts
  module_src_manifestSync_ts --> module_src_index_ts
  module_src_modules_dashboard_platform_ts["src/modules/dashboard/platform.ts"]
  package__ankhorage_studio -.-> module_src_modules_dashboard_platform_ts
  module_src_modules_dashboard_search_ts["src/modules/dashboard/search.ts"]
  package__ankhorage_studio -.-> module_src_modules_dashboard_search_ts
  module_src_modules_dashboard_search_ts --> module_src_modules_dashboard_types_ts
  module_src_modules_dashboard_templates_ts["src/modules/dashboard/templates.ts"]
  package__ankhorage_studio -.-> module_src_modules_dashboard_templates_ts
  module_src_modules_dashboard_templates_ts --> module_src_modules_dashboard_types_ts
  module_src_modules_dashboard_types_ts["src/modules/dashboard/types.ts"]
  package__ankhorage_studio -.-> module_src_modules_dashboard_types_ts
  module_src_modules_dashboard_ui_DashboardSectionHeader_tsx["src/modules/dashboard/ui/DashboardSectionHeader.tsx"]
  package__ankhorage_studio -.-> module_src_modules_dashboard_ui_DashboardSectionHeader_tsx
  module_src_modules_dashboard_ui_ProjectCard_tsx["src/modules/dashboard/ui/ProjectCard.tsx"]
  package__ankhorage_studio -.-> module_src_modules_dashboard_ui_ProjectCard_tsx
  module_src_modules_dashboard_ui_ProjectCard_tsx --> module_src_modules_dashboard_types_ts
  module_src_modules_dashboard_ui_TemplateCard_tsx["src/modules/dashboard/ui/TemplateCard.tsx"]
  package__ankhorage_studio -.-> module_src_modules_dashboard_ui_TemplateCard_tsx
  module_src_modules_dashboard_ui_TemplateCard_tsx --> module_src_modules_dashboard_types_ts
  module_src_projectAuthApi_test_ts["src/projectAuthApi.test.ts"]
  package__ankhorage_studio -.-> module_src_projectAuthApi_test_ts
  module_src_projectAuthApi_test_ts --> module_src_authSettings_ts
  module_src_projectAuthApi_test_ts --> module_src_projectAuthApi_ts
  module_src_projectAuthApi_ts["src/projectAuthApi.ts"]
  package__ankhorage_studio -.-> module_src_projectAuthApi_ts
  module_src_projectAuthApi_ts --> module_src_authSettings_ts
  module_src_projectAuthApi_ts --> module_src_projectAuthHealth_ts
  module_src_projectAuthApi_ts --> module_src_secretResponseGuard_ts
  module_src_projectAuthHealth_test_ts["src/projectAuthHealth.test.ts"]
  package__ankhorage_studio -.-> module_src_projectAuthHealth_test_ts
  module_src_projectAuthHealth_test_ts --> module_src_projectAuthHealth_ts
  module_src_projectAuthHealth_ts["src/projectAuthHealth.ts"]
  package__ankhorage_studio -.-> module_src_projectAuthHealth_ts
  module_src_projectAuthHealth_ts --> module_src_authSettings_ts
  module_src_projectSecretApi_test_ts["src/projectSecretApi.test.ts"]
  package__ankhorage_studio -.-> module_src_projectSecretApi_test_ts
  module_src_projectSecretApi_test_ts --> module_src_projectSecretApi_ts
  module_src_projectSecretApi_ts["src/projectSecretApi.ts"]
  package__ankhorage_studio -.-> module_src_projectSecretApi_ts
  module_src_projectSecretApi_ts --> module_src_projectSecretUsage_ts
  module_src_projectSecretApi_ts --> module_src_secretResponseGuard_ts
  module_src_projectSecretUsage_test_ts["src/projectSecretUsage.test.ts"]
  package__ankhorage_studio -.-> module_src_projectSecretUsage_test_ts
  module_src_projectSecretUsage_test_ts --> module_src_projectSecretUsage_ts
  module_src_projectSecretUsage_ts["src/projectSecretUsage.ts"]
  package__ankhorage_studio -.-> module_src_projectSecretUsage_ts
  module_src_root_test_ts["src/root.test.ts"]
  package__ankhorage_studio -.-> module_src_root_test_ts
  module_src_root_ts["src/root.ts"]
  package__ankhorage_studio -.-> module_src_root_ts
  module_src_routeUtils_public_test_ts["src/routeUtils.public.test.ts"]
  package__ankhorage_studio -.-> module_src_routeUtils_public_test_ts
  module_src_routeUtils_public_test_ts --> module_src_routeUtils_ts
  module_src_routeUtils_test_ts["src/routeUtils.test.ts"]
  package__ankhorage_studio -.-> module_src_routeUtils_test_ts
  module_src_routeUtils_test_ts --> module_src_routeUtils_ts
  module_src_routeUtils_ts["src/routeUtils.ts"]
  package__ankhorage_studio -.-> module_src_routeUtils_ts
  module_src_runtime_actionSuppression_ts["src/runtime/actionSuppression.ts"]
  package__ankhorage_studio -.-> module_src_runtime_actionSuppression_ts
  module_src_runtime_appExtensionRegistry_ts["src/runtime/appExtensionRegistry.ts"]
  package__ankhorage_studio -.-> module_src_runtime_appExtensionRegistry_ts
  module_src_runtime_index_ts["src/runtime/index.ts"]
  package__ankhorage_studio -.-> module_src_runtime_index_ts
  module_src_runtime_localizationPreview_ts["src/runtime/localizationPreview.ts"]
  package__ankhorage_studio -.-> module_src_runtime_localizationPreview_ts
  module_src_runtime_overlay_test_ts["src/runtime/overlay.test.ts"]
  package__ankhorage_studio -.-> module_src_runtime_overlay_test_ts
  module_src_runtime_previewRegistry_ts["src/runtime/previewRegistry.ts"]
  package__ankhorage_studio -.-> module_src_runtime_previewRegistry_ts
  module_src_runtime_previewRuntimeConfig_ts["src/runtime/previewRuntimeConfig.ts"]
  package__ankhorage_studio -.-> module_src_runtime_previewRuntimeConfig_ts
  module_src_runtime_previewRuntimeConfig_ts --> module_src_runtime_actionSuppression_ts
  module_src_runtime_previewRuntimeConfig_ts --> module_src_runtime_previewRegistry_ts
  module_src_runtime_registry_tsx["src/runtime/registry.tsx"]
  package__ankhorage_studio -.-> module_src_runtime_registry_tsx
  module_src_runtime_registry_tsx --> module_src_runtime_appExtensionRegistry_ts
  module_src_runtime_runtimeActions_ts["src/runtime/runtimeActions.ts"]
  package__ankhorage_studio -.-> module_src_runtime_runtimeActions_ts
  module_src_runtime_useRuntimeAction_ts["src/runtime/useRuntimeAction.ts"]
  package__ankhorage_studio -.-> module_src_runtime_useRuntimeAction_ts
  module_src_runtime_useRuntimeAction_ts --> module_src_runtime_runtimeActions_ts
  module_src_runtimeDiagnosticsModel_test_ts["src/runtimeDiagnosticsModel.test.ts"]
  package__ankhorage_studio -.-> module_src_runtimeDiagnosticsModel_test_ts
  module_src_runtimeDiagnosticsModel_test_ts --> module_src_runtimeDiagnosticsModel_ts
  module_src_runtimeDiagnosticsModel_ts["src/runtimeDiagnosticsModel.ts"]
  package__ankhorage_studio -.-> module_src_runtimeDiagnosticsModel_ts
  module_src_runtimeLocalization_public_test_ts["src/runtimeLocalization.public.test.ts"]
  package__ankhorage_studio -.-> module_src_runtimeLocalization_public_test_ts
  module_src_runtimeLocalization_public_test_ts --> module_src_runtimeLocalization_ts
  module_src_runtimeLocalization_test_ts["src/runtimeLocalization.test.ts"]
  package__ankhorage_studio -.-> module_src_runtimeLocalization_test_ts
  module_src_runtimeLocalization_test_ts --> module_src_runtimeLocalization_ts
  module_src_runtimeLocalization_ts["src/runtimeLocalization.ts"]
  package__ankhorage_studio -.-> module_src_runtimeLocalization_ts
  module_src_secretResponseGuard_test_ts["src/secretResponseGuard.test.ts"]
  package__ankhorage_studio -.-> module_src_secretResponseGuard_test_ts
  module_src_secretResponseGuard_test_ts --> module_src_secretResponseGuard_ts
  module_src_secretResponseGuard_ts["src/secretResponseGuard.ts"]
  package__ankhorage_studio -.-> module_src_secretResponseGuard_ts
  module_src_studioAdminRouteModel_test_ts["src/studioAdminRouteModel.test.ts"]
  package__ankhorage_studio -.-> module_src_studioAdminRouteModel_test_ts
  module_src_studioAdminRouteModel_test_ts --> module_src_studioAdminRouteModel_ts
  module_src_studioAdminRouteModel_ts["src/studioAdminRouteModel.ts"]
  package__ankhorage_studio -.-> module_src_studioAdminRouteModel_ts
  module_src_studioAdminRouteModel_ts --> module_src_index_ts
  module_src_studioSelectionModel_knip_test_ts["src/studioSelectionModel.knip.test.ts"]
  package__ankhorage_studio -.-> module_src_studioSelectionModel_knip_test_ts
  module_src_studioSelectionModel_knip_test_ts --> module_src_studioSelectionModel_ts
  module_src_studioSelectionModel_test_ts["src/studioSelectionModel.test.ts"]
  package__ankhorage_studio -.-> module_src_studioSelectionModel_test_ts
  module_src_studioSelectionModel_test_ts --> module_src_studioSelectionModel_ts
  module_src_studioSelectionModel_ts["src/studioSelectionModel.ts"]
  package__ankhorage_studio -.-> module_src_studioSelectionModel_ts
  module_src_ui_admin_adminPagePrimitives_tsx["src/ui/admin/adminPagePrimitives.tsx"]
  package__ankhorage_studio -.-> module_src_ui_admin_adminPagePrimitives_tsx
  module_src_ui_admin_adminPageUtils_ts["src/ui/admin/adminPageUtils.ts"]
  package__ankhorage_studio -.-> module_src_ui_admin_adminPageUtils_ts
  module_src_ui_admin_AnkhAdminPage_test_ts["src/ui/admin/AnkhAdminPage.test.ts"]
  package__ankhorage_studio -.-> module_src_ui_admin_AnkhAdminPage_test_ts
  module_src_ui_admin_AnkhAdminPage_tsx["src/ui/admin/AnkhAdminPage.tsx"]
  package__ankhorage_studio -.-> module_src_ui_admin_AnkhAdminPage_tsx
  module_src_ui_admin_AnkhAdminPage_tsx --> module_src_core_StudioContext_ts
  module_src_ui_admin_AnkhAdminPage_tsx --> module_src_index_ts
  module_src_ui_admin_AnkhAdminPage_tsx --> module_src_studioAdminRouteModel_ts
  module_src_ui_admin_AnkhAdminPage_tsx --> module_src_ui_admin_pages_ApisAdminPage_tsx
  module_src_ui_admin_AnkhAdminPage_tsx --> module_src_ui_admin_pages_AuthAdminPage_tsx
  module_src_ui_admin_AnkhAdminPage_tsx --> module_src_ui_admin_pages_OverviewAdminPage_tsx
  module_src_ui_admin_AnkhAdminPage_tsx --> module_src_ui_admin_pages_PropertiesAdminPage_tsx
  module_src_ui_admin_AnkhAdminPage_tsx --> module_src_ui_admin_pages_SecretsAdminPage_tsx
  module_src_ui_admin_AnkhAdminPage_tsx --> module_src_ui_admin_pages_ThemeAdminPage_tsx
  module_src_ui_admin_AnkhAdminShell_test_ts["src/ui/admin/AnkhAdminShell.test.ts"]
  package__ankhorage_studio -.-> module_src_ui_admin_AnkhAdminShell_test_ts
  module_src_ui_admin_AnkhAdminShell_tsx["src/ui/admin/AnkhAdminShell.tsx"]
  package__ankhorage_studio -.-> module_src_ui_admin_AnkhAdminShell_tsx
  module_src_ui_admin_AnkhAdminShell_tsx --> module_src_core_StudioContext_ts
  module_src_ui_admin_AnkhAdminShell_tsx --> module_src_index_ts
  module_src_ui_admin_AnkhAdminShell_tsx --> module_src_studioAdminRouteModel_ts
+   module_src_ui_admin_pages_adminDataSourceOperations_ts["src/ui/admin/pages/adminDataSourceOperations.ts"]
+   package__ankhorage_studio -.-> module_src_ui_admin_pages_adminDataSourceOperations_ts
+   module_src_ui_admin_pages_adminDataSourceOperations_ts --> module_src_ui_admin_adminPageUtils_ts
+   module_src_ui_admin_pages_adminThemeHarmony_ts["src/ui/admin/pages/adminThemeHarmony.ts"]
+   package__ankhorage_studio -.-> module_src_ui_admin_pages_adminThemeHarmony_ts
+   module_src_ui_admin_pages_ApisAdminPage_test_ts["src/ui/admin/pages/ApisAdminPage.test.ts"]
+   package__ankhorage_studio -.-> module_src_ui_admin_pages_ApisAdminPage_test_ts
+   module_src_ui_admin_pages_ApisAdminPage_test_ts --> module_src_ui_admin_pages_adminDataSourceOperations_ts
  module_src_ui_admin_pages_ApisAdminPage_tsx["src/ui/admin/pages/ApisAdminPage.tsx"]
  package__ankhorage_studio -.-> module_src_ui_admin_pages_ApisAdminPage_tsx
  module_src_ui_admin_pages_ApisAdminPage_tsx --> module_src_core_StudioContext_ts
  module_src_ui_admin_pages_ApisAdminPage_tsx --> module_src_index_ts
  module_src_ui_admin_pages_ApisAdminPage_tsx --> module_src_ui_admin_adminPagePrimitives_tsx
  module_src_ui_admin_pages_ApisAdminPage_tsx --> module_src_ui_admin_adminPageUtils_ts
+   module_src_ui_admin_pages_ApisAdminPage_tsx --> module_src_ui_admin_pages_adminDataSourceOperations_ts
  module_src_ui_admin_pages_AuthAdminPage_test_ts["src/ui/admin/pages/AuthAdminPage.test.ts"]
  package__ankhorage_studio -.-> module_src_ui_admin_pages_AuthAdminPage_test_ts
  module_src_ui_admin_pages_AuthAdminPage_tsx["src/ui/admin/pages/AuthAdminPage.tsx"]
  package__ankhorage_studio -.-> module_src_ui_admin_pages_AuthAdminPage_tsx
  module_src_ui_admin_pages_AuthAdminPage_tsx --> module_src_authSettings_ts
+   module_src_ui_admin_pages_AuthAdminPage_tsx --> module_src_core_StudioContext_ts
  module_src_ui_admin_pages_AuthAdminPage_tsx --> module_src_index_ts
  module_src_ui_admin_pages_AuthAdminPage_tsx --> module_src_projectAuthApi_ts
  module_src_ui_admin_pages_AuthAdminPage_tsx --> module_src_projectAuthHealth_ts
  module_src_ui_admin_pages_AuthAdminPage_tsx --> module_src_projectSecretApi_ts
  module_src_ui_admin_pages_OverviewAdminPage_tsx["src/ui/admin/pages/OverviewAdminPage.tsx"]
  package__ankhorage_studio -.-> module_src_ui_admin_pages_OverviewAdminPage_tsx
  module_src_ui_admin_pages_OverviewAdminPage_tsx --> module_src_core_StudioContext_ts
  module_src_ui_admin_pages_OverviewAdminPage_tsx --> module_src_ui_admin_adminPagePrimitives_tsx
  module_src_ui_admin_pages_PropertiesAdminPage_test_ts["src/ui/admin/pages/PropertiesAdminPage.test.ts"]
  package__ankhorage_studio -.-> module_src_ui_admin_pages_PropertiesAdminPage_test_ts
  module_src_ui_admin_pages_PropertiesAdminPage_tsx["src/ui/admin/pages/PropertiesAdminPage.tsx"]
  package__ankhorage_studio -.-> module_src_ui_admin_pages_PropertiesAdminPage_tsx
  module_src_ui_admin_pages_PropertiesAdminPage_tsx --> module_src_core_StudioContext_ts
  module_src_ui_admin_pages_PropertiesAdminPage_tsx --> module_src_manifestState_ts
  module_src_ui_admin_pages_PropertiesAdminPage_tsx --> module_src_ui_admin_adminPagePrimitives_tsx
  module_src_ui_admin_pages_PropertiesAdminPage_tsx --> module_src_ui_admin_adminPageUtils_ts
  module_src_ui_admin_pages_SecretsAdminPage_test_ts["src/ui/admin/pages/SecretsAdminPage.test.ts"]
  package__ankhorage_studio -.-> module_src_ui_admin_pages_SecretsAdminPage_test_ts
  module_src_ui_admin_pages_SecretsAdminPage_tsx["src/ui/admin/pages/SecretsAdminPage.tsx"]
  package__ankhorage_studio -.-> module_src_ui_admin_pages_SecretsAdminPage_tsx
  module_src_ui_admin_pages_SecretsAdminPage_tsx --> module_src_projectSecretApi_ts
  module_src_ui_admin_pages_SecretsAdminPage_tsx --> module_src_projectSecretUsage_ts
+   module_src_ui_admin_pages_ThemeAdminPage_test_ts["src/ui/admin/pages/ThemeAdminPage.test.ts"]
+   package__ankhorage_studio -.-> module_src_ui_admin_pages_ThemeAdminPage_test_ts
+   module_src_ui_admin_pages_ThemeAdminPage_test_ts --> module_src_ui_admin_pages_adminThemeHarmony_ts
  module_src_ui_admin_pages_ThemeAdminPage_tsx["src/ui/admin/pages/ThemeAdminPage.tsx"]
  package__ankhorage_studio -.-> module_src_ui_admin_pages_ThemeAdminPage_tsx
  module_src_ui_admin_pages_ThemeAdminPage_tsx --> module_src_core_StudioContext_ts
  module_src_ui_admin_pages_ThemeAdminPage_tsx --> module_src_index_ts
  module_src_ui_admin_pages_ThemeAdminPage_tsx --> module_src_ui_admin_adminPagePrimitives_tsx
+   module_src_ui_admin_pages_ThemeAdminPage_tsx --> module_src_ui_admin_pages_adminThemeHarmony_ts
  module_src_ui_AnkhStudio_ts["src/ui/AnkhStudio.ts"]
  package__ankhorage_studio -.-> module_src_ui_AnkhStudio_ts
  module_src_ui_AnkhStudio_ts --> module_src_core_StudioContext_ts
  module_src_ui_useStudioAppBarAugmentation_test_ts["src/ui/useStudioAppBarAugmentation.test.ts"]
  package__ankhorage_studio -.-> module_src_ui_useStudioAppBarAugmentation_test_ts
  module_src_ui_useStudioAppBarAugmentation_ts["src/ui/useStudioAppBarAugmentation.ts"]
  package__ankhorage_studio -.-> module_src_ui_useStudioAppBarAugmentation_ts
  module_src_ui_useStudioAppBarAugmentation_ts --> module_src_core_StudioContext_ts
  module_src_ui_useStudioAppBarAugmentation_ts --> module_src_studioAdminRouteModel_ts
  module_src_utils_treeUtils_ts["src/utils/treeUtils.ts"]
  package__ankhorage_studio -.-> module_src_utils_treeUtils_ts
  module_src_utils_treeUtils_ts --> module_src_index_ts
